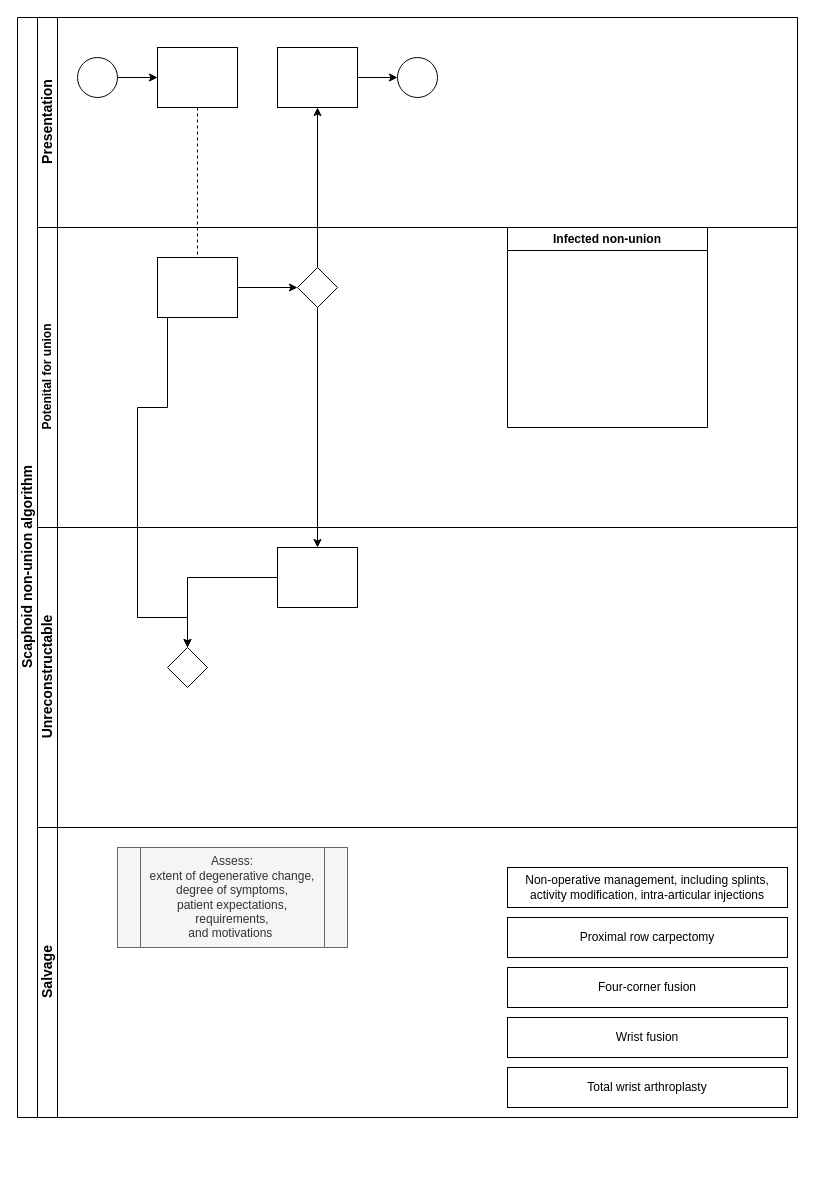
Earlier version of the draw.io diagram Untitled Diagram.drawio (garfjeld/handhub). Source tidied: cells renumbered, new cells numbered last; positions are measured from the earlier drawing's top-left corner, leaving out a move shared by most shapes. Both pictures are drawn from the tidied source at 100%, with x=0, y=0 at pixel (17, 17).
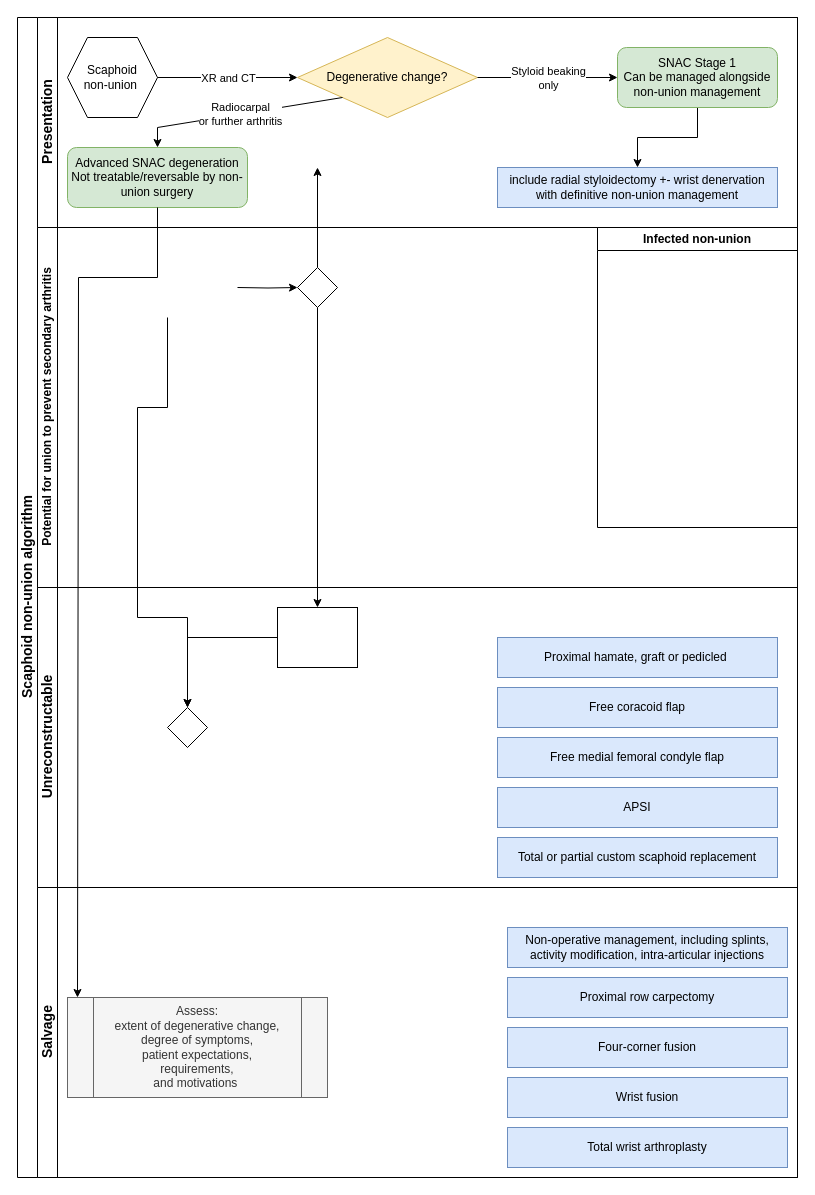
Above is the later version.

The change refers to these unchanged cells:
```xml
<mxCell id="7" value="Presentation" style="swimlane;html=1;startSize=20;horizontal=0;fontSize=14;" parent="2" vertex="1">
  <mxGeometry x="20" width="760" height="210" as="geometry" />
</mxCell>
<mxCell id="17" style="rhombus;whiteSpace=wrap;html=1;fontFamily=Helvetica;fontSize=12;fontColor=#000000;align=center;" parent="14" vertex="1">
  <mxGeometry x="260" y="40" width="40" height="40" as="geometry" />
</mxCell>
<mxCell id="22" style="rhombus;whiteSpace=wrap;html=1;fontFamily=Helvetica;fontSize=12;fontColor=#000000;align=center;" parent="19" vertex="1">
  <mxGeometry x="130" y="120" width="40" height="40" as="geometry" />
</mxCell>
```

The edit, as a diff of the source:
```diff
@@
     <mxCell id="2" value="Scaphoid non-union algorithm" style="swimlane;html=1;horizontal=0;startSize=20;fontSize=14;" parent="1" vertex="1">
-      <mxGeometry width="780" height="1100" as="geometry" />
+      <mxGeometry width="780" height="1160" as="geometry" />
     </mxCell>
-    <mxCell id="3" style="edgeStyle=orthogonalEdgeStyle;rounded=0;jettySize=auto;html=1;dashed=1;endArrow=none;endFill=0;" parent="2" edge="1" source="10" target="16">
-      <mxGeometry relative="1" as="geometry" />
-    </mxCell>
-    <mxCell id="4" style="edgeStyle=orthogonalEdgeStyle;rounded=0;jettySize=auto;html=1;endArrow=classic;endFill=1;" parent="2" edge="1" source="17" target="12">
-      <mxGeometry relative="1" as="geometry" />
+    <mxCell id="4" style="edgeStyle=orthogonalEdgeStyle;rounded=0;jettySize=auto;html=1;endArrow=classic;endFill=1;" parent="2" edge="1" source="17">
+      <mxGeometry relative="1" as="geometry">
+        <mxPoint x="300" y="150" as="targetPoint" />
+      </mxGeometry>
     </mxCell>
@@
-    <mxCell id="6" style="edgeStyle=orthogonalEdgeStyle;rounded=0;jettySize=auto;html=1;endArrow=classic;endFill=1;" parent="2" edge="1" source="16" target="22">
+    <mxCell id="6" style="edgeStyle=orthogonalEdgeStyle;rounded=0;jettySize=auto;html=1;endArrow=classic;endFill=1;" parent="2" edge="1" target="22">
       <mxGeometry relative="1" as="geometry">
+        <mxPoint x="150" y="300" as="sourcePoint" />
         <Array as="points">
           <mxPoint x="150" y="390" />
           <mxPoint x="120" y="390" />
           <mxPoint x="120" y="600" />
         </Array>
       </mxGeometry>
     </mxCell>
@@
-    <mxCell id="8" style="edgeStyle=orthogonalEdgeStyle;rounded=0;jettySize=auto;html=1;" parent="7" edge="1" source="9" target="10">
-      <mxGeometry relative="1" as="geometry" />
-    </mxCell>
-    <mxCell id="9" style="ellipse;whiteSpace=wrap;html=1;" parent="7" vertex="1">
-      <mxGeometry x="40" y="40" width="40" height="40" as="geometry" />
-    </mxCell>
-    <mxCell id="10" style="rounded=0;whiteSpace=wrap;html=1;fontFamily=Helvetica;fontSize=12;fontColor=#000000;align=center;" parent="7" vertex="1">
-      <mxGeometry x="120" y="30" width="80" height="60" as="geometry" />
-    </mxCell>
-    <mxCell id="11" style="edgeStyle=orthogonalEdgeStyle;rounded=0;jettySize=auto;html=1;endArrow=classic;endFill=1;" parent="7" edge="1" source="12" target="13">
-      <mxGeometry relative="1" as="geometry" />
-    </mxCell>
-    <mxCell id="12" style="rounded=0;whiteSpace=wrap;html=1;fontFamily=Helvetica;fontSize=12;fontColor=#000000;align=center;" parent="7" vertex="1">
-      <mxGeometry x="240" y="30" width="80" height="60" as="geometry" />
-    </mxCell>
-    <mxCell id="13" style="ellipse;whiteSpace=wrap;html=1;" parent="7" vertex="1">
-      <mxGeometry x="360" y="40" width="40" height="40" as="geometry" />
-    </mxCell>
+    <mxCell id="30" value="Degenerative change?" style="rhombus;whiteSpace=wrap;html=1;fillColor=#fff2cc;strokeColor=#d6b656;" parent="7" vertex="1">
+      <mxGeometry x="260" y="20" width="180" height="80" as="geometry" />
+    </mxCell>
+    <mxCell id="31" style="edgeStyle=orthogonalEdgeStyle;rounded=0;jettySize=auto;html=1;" parent="7" edge="1" source="32" target="41">
+      <mxGeometry relative="1" as="geometry" />
+    </mxCell>
+    <mxCell id="32" value="SNAC Stage 1&lt;div&gt;Can be managed alongside non-union management&lt;/div&gt;" style="rounded=1;whiteSpace=wrap;html=1;fillColor=#d5e8d4;strokeColor=#82b366;" parent="7" vertex="1">
+      <mxGeometry x="580" y="30" width="160" height="60" as="geometry" />
+    </mxCell>
+    <mxCell id="33" style="endArrow=classic;html=1;rounded=0;entryX=0;entryY=0.5;entryDx=0;entryDy=0;exitX=1;exitY=0.5;exitDx=0;exitDy=0;" parent="7" edge="1" source="30" target="32">
+      <mxGeometry relative="1" as="geometry" />
+    </mxCell>
+    <mxCell id="34" value="Styloid beaking&lt;div&gt;only&lt;/div&gt;" style="edgeLabel;html=1;align=center;verticalAlign=middle;" parent="33" vertex="1">
+      <mxGeometry relative="1" as="geometry" />
+    </mxCell>
+    <mxCell id="35" value="Scaphoid&lt;div&gt;non-union&amp;nbsp;&lt;/div&gt;" style="shape=hexagon;perimeter=hexagonPerimeter2;whiteSpace=wrap;html=1;fixedSize=1;" parent="7" vertex="1">
+      <mxGeometry x="30" y="20" width="90" height="80" as="geometry" />
+    </mxCell>
+    <mxCell id="36" value="Advanced SNAC degeneration&lt;div&gt;Not treatable/reversable by non-union surgery&lt;/div&gt;" style="rounded=1;whiteSpace=wrap;html=1;fillColor=#d5e8d4;strokeColor=#82b366;" parent="7" vertex="1">
+      <mxGeometry x="30" y="130" width="180" height="60" as="geometry" />
+    </mxCell>
+    <mxCell id="37" style="endArrow=classic;html=1;rounded=0;exitX=0;exitY=1;exitDx=0;exitDy=0;entryX=0.5;entryY=0;entryDx=0;entryDy=0;" parent="7" edge="1" source="30" target="36">
+      <mxGeometry relative="1" as="geometry">
+        <Array as="points">
+          <mxPoint x="120" y="110" />
+        </Array>
+      </mxGeometry>
+    </mxCell>
+    <mxCell id="38" value="Radiocarpal&lt;div&gt;or further arthritis&lt;/div&gt;" style="edgeLabel;html=1;align=center;verticalAlign=middle;" parent="37" vertex="1">
+      <mxGeometry relative="1" as="geometry" />
+    </mxCell>
+    <mxCell id="39" style="endArrow=classic;html=1;rounded=0;exitX=1;exitY=0.5;exitDx=0;exitDy=0;entryX=0;entryY=0.5;entryDx=0;entryDy=0;" parent="7" edge="1" source="35" target="30">
+      <mxGeometry relative="1" as="geometry" />
+    </mxCell>
+    <mxCell id="40" value="XR and CT" style="edgeLabel;html=1;align=center;verticalAlign=middle;" parent="39" vertex="1">
+      <mxGeometry relative="1" as="geometry" />
+    </mxCell>
+    <mxCell id="41" value="include radial styloidectomy +- wrist denervation with definitive non-union management" style="rounded=0;whiteSpace=wrap;html=1;fontFamily=Helvetica;fontSize=12;align=center;fillColor=#dae8fc;strokeColor=#6c8ebf;" parent="7" vertex="1">
+      <mxGeometry x="460" y="150" width="280" height="40" as="geometry" />
+    </mxCell>
-    <mxCell id="14" value="Potenital for union" style="swimlane;html=1;startSize=20;horizontal=0;" parent="2" vertex="1">
-      <mxGeometry x="20" y="210" width="760" height="300" as="geometry" />
+    <mxCell id="14" value="Potential for union to prevent secondary arthritis" style="swimlane;html=1;startSize=20;horizontal=0;" parent="2" vertex="1">
+      <mxGeometry x="20" y="210" width="760" height="360" as="geometry" />
     </mxCell>
-    <mxCell id="15" style="edgeStyle=orthogonalEdgeStyle;rounded=0;jettySize=auto;html=1;endArrow=classic;endFill=1;" parent="14" edge="1" source="16" target="17">
-      <mxGeometry relative="1" as="geometry" />
+    <mxCell id="15" style="edgeStyle=orthogonalEdgeStyle;rounded=0;jettySize=auto;html=1;endArrow=classic;endFill=1;" parent="14" edge="1" target="17">
+      <mxGeometry relative="1" as="geometry">
+        <mxPoint x="200" y="60" as="sourcePoint" />
+      </mxGeometry>
     </mxCell>
-    <mxCell id="16" style="rounded=0;whiteSpace=wrap;html=1;fontFamily=Helvetica;fontSize=12;fontColor=#000000;align=center;" parent="14" vertex="1">
-      <mxGeometry x="120" y="30" width="80" height="60" as="geometry" />
-    </mxCell>
@@
     <mxCell id="18" value="Infected non-union" style="swimlane;whiteSpace=wrap;html=1;" parent="14" vertex="1">
-      <mxGeometry x="470" width="200" height="200" as="geometry" />
+      <mxGeometry x="560" width="200" height="300" as="geometry" />
     </mxCell>
     <mxCell id="19" value="Unreconstructable" style="swimlane;html=1;startSize=20;horizontal=0;fontSize=14;" parent="2" vertex="1">
-      <mxGeometry x="20" y="510" width="760" height="300" as="geometry" />
+      <mxGeometry x="20" y="570" width="760" height="300" as="geometry" />
     </mxCell>
@@
+    <mxCell id="42" value="Total or partial custom scaphoid replacement" style="rounded=0;whiteSpace=wrap;html=1;fontFamily=Helvetica;fontSize=12;align=center;fillColor=#dae8fc;strokeColor=#6c8ebf;" parent="19" vertex="1">
+      <mxGeometry x="460" y="250" width="280" height="40" as="geometry" />
+    </mxCell>
+    <mxCell id="43" value="APSI" style="rounded=0;whiteSpace=wrap;html=1;fontFamily=Helvetica;fontSize=12;align=center;fillColor=#dae8fc;strokeColor=#6c8ebf;" parent="19" vertex="1">
+      <mxGeometry x="460" y="200" width="280" height="40" as="geometry" />
+    </mxCell>
+    <mxCell id="44" value="Free medial femoral condyle flap" style="rounded=0;whiteSpace=wrap;html=1;fontFamily=Helvetica;fontSize=12;align=center;fillColor=#dae8fc;strokeColor=#6c8ebf;" parent="19" vertex="1">
+      <mxGeometry x="460" y="150" width="280" height="40" as="geometry" />
+    </mxCell>
+    <mxCell id="45" value="Free coracoid flap" style="rounded=0;whiteSpace=wrap;html=1;fontFamily=Helvetica;fontSize=12;align=center;fillColor=#dae8fc;strokeColor=#6c8ebf;" parent="19" vertex="1">
+      <mxGeometry x="460" y="100" width="280" height="40" as="geometry" />
+    </mxCell>
+    <mxCell id="46" value="Proximal hamate, graft or pedicled&amp;nbsp;" style="rounded=0;whiteSpace=wrap;html=1;fontFamily=Helvetica;fontSize=12;align=center;fillColor=#dae8fc;strokeColor=#6c8ebf;" parent="19" vertex="1">
+      <mxGeometry x="460" y="50" width="280" height="40" as="geometry" />
+    </mxCell>
     <mxCell id="23" value="Salvage" style="swimlane;html=1;startSize=20;horizontal=0;fontSize=14;" parent="2" vertex="1">
-      <mxGeometry x="20" y="810" width="760" height="290" as="geometry" />
+      <mxGeometry x="20" y="870" width="760" height="290" as="geometry" />
     </mxCell>
-    <mxCell id="24" value="Non-operative management, including splints, activity modification, intra-articular injections" style="rounded=0;whiteSpace=wrap;html=1;fontFamily=Helvetica;fontSize=12;fontColor=#000000;align=center;" parent="23" vertex="1">
+    <mxCell id="24" value="Non-operative management, including splints, activity modification, intra-articular injections" style="rounded=0;whiteSpace=wrap;html=1;fontFamily=Helvetica;fontSize=12;align=center;fillColor=#dae8fc;strokeColor=#6c8ebf;" parent="23" vertex="1">
       <mxGeometry x="470" y="40" width="280" height="40" as="geometry" />
     </mxCell>
     <mxCell id="25" value="Assess:&lt;div&gt;extent of degenerative change,&lt;/div&gt;&lt;div&gt;degree of symptoms,&lt;/div&gt;&lt;div&gt;patient expectations,&lt;/div&gt;&lt;div&gt;requirements,&lt;/div&gt;&lt;div&gt;and motivations&amp;nbsp;&lt;/div&gt;" style="shape=process;whiteSpace=wrap;html=1;backgroundOutline=1;fillColor=#f5f5f5;fontColor=#333333;strokeColor=#666666;" parent="23" vertex="1">
-      <mxGeometry x="80" y="20" width="230" height="100" as="geometry" />
+      <mxGeometry x="30" y="110" width="260" height="100" as="geometry" />
     </mxCell>
-    <mxCell id="26" value="Proximal row carpectomy" style="rounded=0;whiteSpace=wrap;html=1;fontFamily=Helvetica;fontSize=12;fontColor=#000000;align=center;" parent="23" vertex="1">
+    <mxCell id="26" value="Proximal row carpectomy" style="rounded=0;whiteSpace=wrap;html=1;fontFamily=Helvetica;fontSize=12;align=center;fillColor=#dae8fc;strokeColor=#6c8ebf;" parent="23" vertex="1">
       <mxGeometry x="470" y="90" width="280" height="40" as="geometry" />
     </mxCell>
-    <mxCell id="27" value="Four-corner fusion" style="rounded=0;whiteSpace=wrap;html=1;fontFamily=Helvetica;fontSize=12;fontColor=#000000;align=center;" parent="23" vertex="1">
+    <mxCell id="27" value="Four-corner fusion" style="rounded=0;whiteSpace=wrap;html=1;fontFamily=Helvetica;fontSize=12;align=center;fillColor=#dae8fc;strokeColor=#6c8ebf;" parent="23" vertex="1">
       <mxGeometry x="470" y="140" width="280" height="40" as="geometry" />
     </mxCell>
-    <mxCell id="28" value="Total wrist arthroplasty" style="rounded=0;whiteSpace=wrap;html=1;fontFamily=Helvetica;fontSize=12;fontColor=#000000;align=center;" parent="23" vertex="1">
+    <mxCell id="28" value="Total wrist arthroplasty" style="rounded=0;whiteSpace=wrap;html=1;fontFamily=Helvetica;fontSize=12;align=center;fillColor=#dae8fc;strokeColor=#6c8ebf;" parent="23" vertex="1">
       <mxGeometry x="470" y="240" width="280" height="40" as="geometry" />
     </mxCell>
-    <mxCell id="29" value="Wrist fusion" style="rounded=0;whiteSpace=wrap;html=1;fontFamily=Helvetica;fontSize=12;fontColor=#000000;align=center;" parent="23" vertex="1">
+    <mxCell id="29" value="Wrist fusion" style="rounded=0;whiteSpace=wrap;html=1;fontFamily=Helvetica;fontSize=12;align=center;fillColor=#dae8fc;strokeColor=#6c8ebf;" parent="23" vertex="1">
       <mxGeometry x="470" y="190" width="280" height="40" as="geometry" />
     </mxCell>
+    <mxCell id="47" style="edgeStyle=orthogonalEdgeStyle;rounded=0;jettySize=auto;html=1;entryX=0;entryY=0;entryDx=0;entryDy=0;exitX=0.5;exitY=1;exitDx=0;exitDy=0;" parent="23" edge="1" source="36">
+      <mxGeometry relative="1" as="geometry">
+        <mxPoint x="40" y="110" as="targetPoint" />
+        <Array as="points">
+          <mxPoint x="120" y="-610" />
+          <mxPoint x="41" y="-610" />
+        </Array>
+      </mxGeometry>
+    </mxCell>
```
